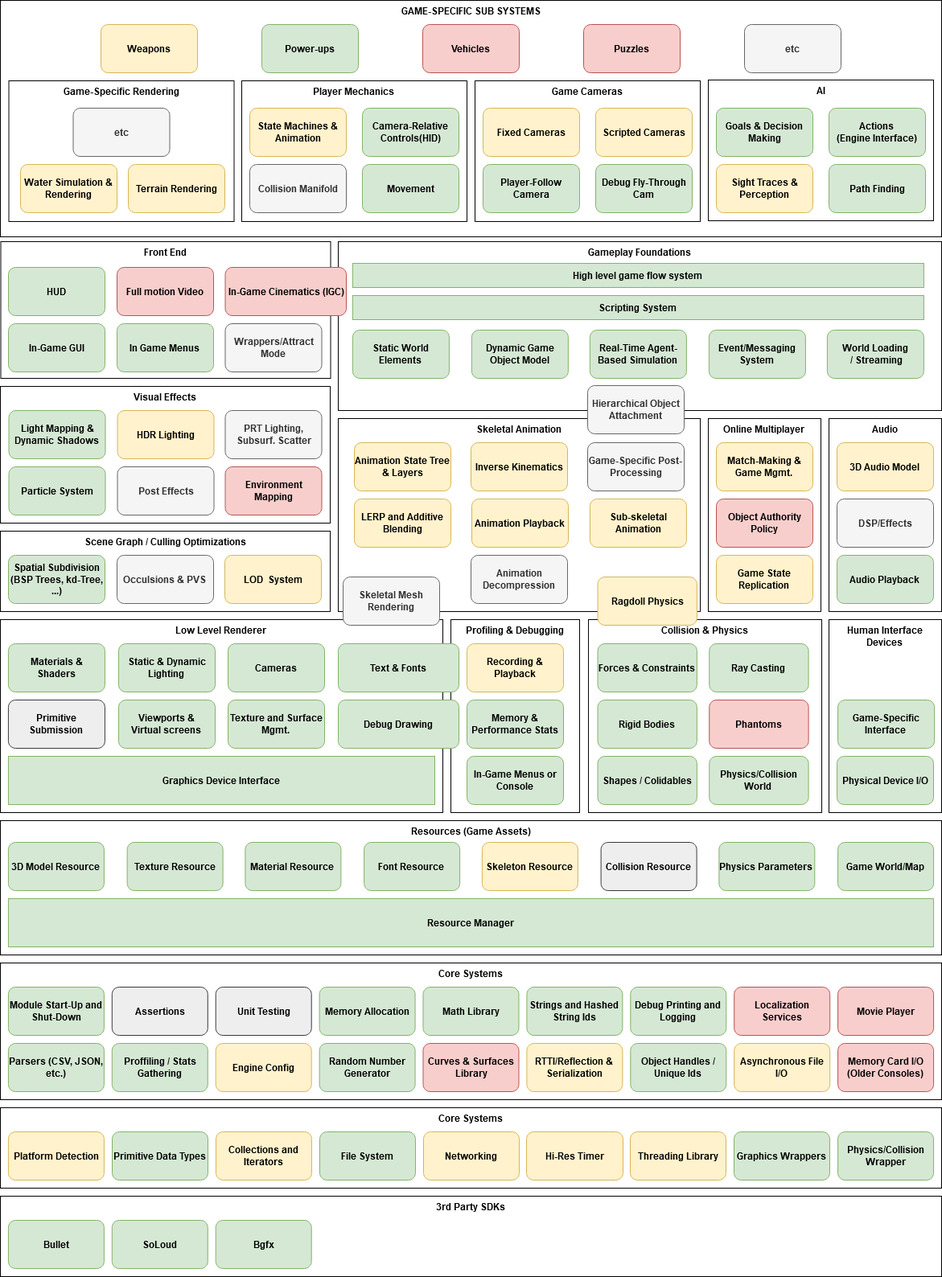
The draw.io diagram Milestone1/Group-B-structure.png in MarqusJonsson/D7049E, before a commit. Source tidied: cells renumbered, new cells last; positions are measured from the earlier drawing's top-left corner, leaving out a move shared by most shapes.
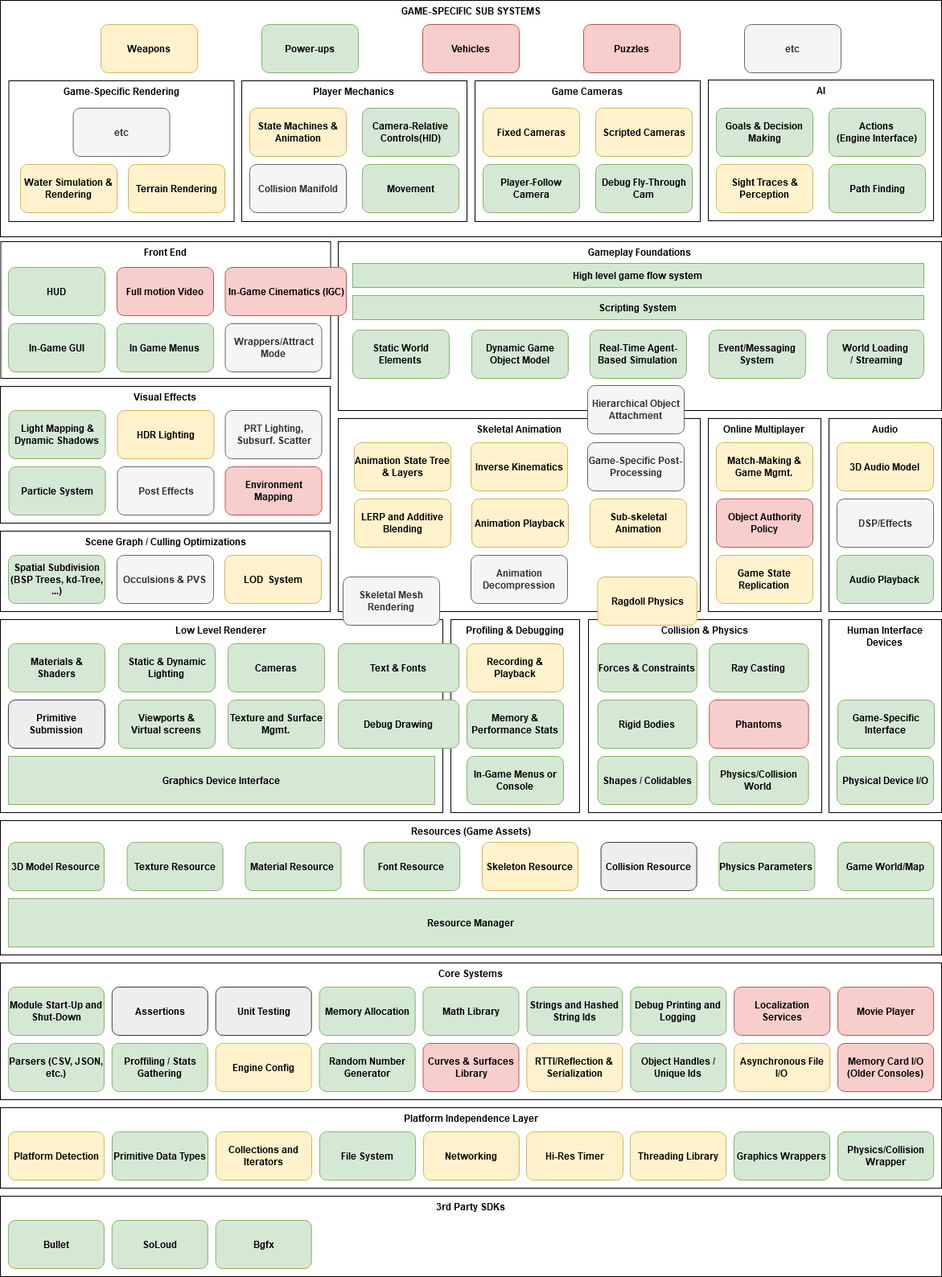
Above is the later version.

What changed in the source:
```diff
@@ -239,7 +239,7 @@
     <mxCell id="76" value="&lt;span&gt;Bgfx&lt;/span&gt;" style="rounded=1;whiteSpace=wrap;html=1;fontStyle=1;fillColor=#d5e8d4;strokeColor=#82b366;" parent="1" vertex="1">
       <mxGeometry x="267.7" y="1517" width="119" height="60" as="geometry" />
     </mxCell>
-    <mxCell id="77" value="&lt;div&gt;Core Systems&lt;/div&gt;" style="rounded=0;whiteSpace=wrap;html=1;horizontal=1;verticalAlign=top;fontStyle=1;" parent="1" vertex="1">
+    <mxCell id="77" value="Platform Independence Layer" style="rounded=0;whiteSpace=wrap;html=1;horizontal=1;verticalAlign=top;fontStyle=1;" parent="1" vertex="1">
       <mxGeometry y="1377" width="1170" height="100" as="geometry" />
     </mxCell>
     <mxCell id="78" value="Platform Detection" style="rounded=1;whiteSpace=wrap;html=1;fontStyle=1;fillColor=#fff2cc;strokeColor=#d6b656;" parent="1" vertex="1">
```
